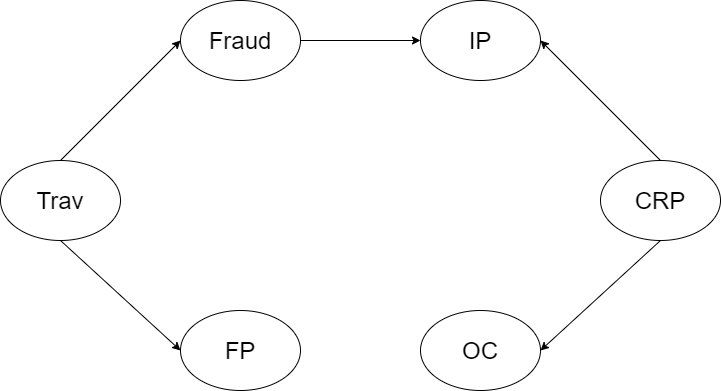
The draw.io diagram A3/A3Q2a.png in ZhaoboDing/CS486, before a commit. Source tidied: cells renumbered, new cells last; positions are measured from the earlier drawing's top-left corner, leaving out a move shared by most shapes. Source of this version:
```xml
<mxGraphModel background="#ffffff">
  <root>
    <mxCell id="0" />
    <mxCell id="1" parent="0" />
    <mxCell id="2" value="&lt;font style=&quot;font-size: 24px&quot;&gt;Trav&lt;/font&gt;" style="ellipse;whiteSpace=wrap;html=1;" parent="1" vertex="1">
      <mxGeometry y="160" width="120" height="80" as="geometry" />
    </mxCell>
    <mxCell id="3" value="&lt;font style=&quot;font-size: 24px&quot;&gt;Fraud&lt;/font&gt;" style="ellipse;whiteSpace=wrap;html=1;" parent="1" vertex="1">
      <mxGeometry x="180" width="120" height="80" as="geometry" />
    </mxCell>
    <mxCell id="4" value="&lt;font style=&quot;font-size: 24px&quot;&gt;FP&lt;/font&gt;" style="ellipse;whiteSpace=wrap;html=1;" parent="1" vertex="1">
      <mxGeometry x="180" y="310" width="120" height="80" as="geometry" />
    </mxCell>
    <mxCell id="5" value="&lt;font style=&quot;font-size: 24px&quot;&gt;IP&lt;/font&gt;" style="ellipse;whiteSpace=wrap;html=1;" parent="1" vertex="1">
      <mxGeometry x="420" width="120" height="80" as="geometry" />
    </mxCell>
    <mxCell id="6" value="&lt;font style=&quot;font-size: 24px&quot;&gt;OC&lt;/font&gt;" style="ellipse;whiteSpace=wrap;html=1;" parent="1" vertex="1">
      <mxGeometry x="420" y="310" width="120" height="80" as="geometry" />
    </mxCell>
    <mxCell id="7" value="&lt;font style=&quot;font-size: 24px&quot;&gt;CRP&lt;/font&gt;" style="ellipse;whiteSpace=wrap;html=1;" parent="1" vertex="1">
      <mxGeometry x="600" y="160" width="120" height="80" as="geometry" />
    </mxCell>
    <mxCell id="8" style="endArrow=classic;html=1;exitX=0.5;exitY=1;exitDx=0;exitDy=0;entryX=0;entryY=0.5;entryDx=0;entryDy=0;" parent="1" edge="1" source="2" target="4">
      <mxGeometry relative="1" as="geometry" />
    </mxCell>
    <mxCell id="9" style="endArrow=classic;html=1;exitX=0.5;exitY=0;exitDx=0;exitDy=0;entryX=0;entryY=0.5;entryDx=0;entryDy=0;" parent="1" edge="1" source="2" target="3">
      <mxGeometry relative="1" as="geometry" />
    </mxCell>
    <mxCell id="10" style="endArrow=classic;html=1;exitX=0.5;exitY=0;exitDx=0;exitDy=0;entryX=1;entryY=0.5;entryDx=0;entryDy=0;" parent="1" edge="1" source="7" target="5">
      <mxGeometry relative="1" as="geometry" />
    </mxCell>
    <mxCell id="11" style="endArrow=classic;html=1;exitX=0.5;exitY=1;exitDx=0;exitDy=0;entryX=1;entryY=0.5;entryDx=0;entryDy=0;" parent="1" edge="1" source="7" target="6">
      <mxGeometry relative="1" as="geometry" />
    </mxCell>
    <mxCell id="12" style="endArrow=classic;html=1;exitX=1;exitY=0.5;exitDx=0;exitDy=0;entryX=0;entryY=0.5;entryDx=0;entryDy=0;" parent="1" edge="1" source="3" target="5">
      <mxGeometry relative="1" as="geometry" />
    </mxCell>
  </root>
</mxGraphModel>
```
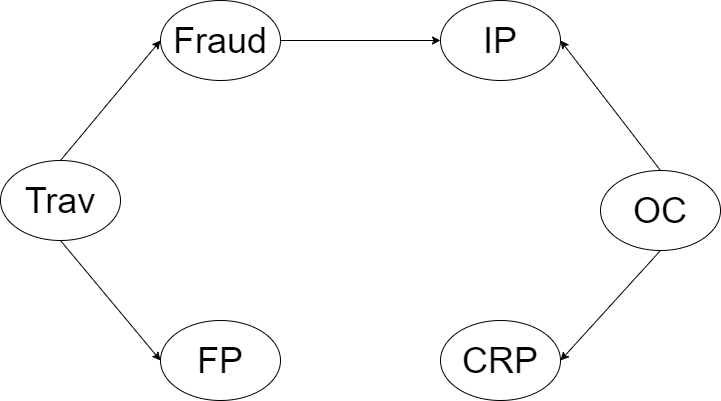
The same file after the commit.

The edit, as a diff of the source:
```diff
@@ -1,39 +1,39 @@
-<mxGraphModel background="#ffffff">
+<mxGraphModel>
   <root>
     <mxCell id="0" />
     <mxCell id="1" parent="0" />
-    <mxCell id="2" value="&lt;font style=&quot;font-size: 24px&quot;&gt;Trav&lt;/font&gt;" style="ellipse;whiteSpace=wrap;html=1;" parent="1" vertex="1">
-      <mxGeometry y="160" width="120" height="80" as="geometry" />
+    <mxCell id="2" value="&lt;font style=&quot;font-size: 36px&quot;&gt;Trav&lt;/font&gt;" style="ellipse;whiteSpace=wrap;html=1;" parent="1" vertex="1">
+      <mxGeometry x="-60" y="100" width="120" height="80" as="geometry" />
     </mxCell>
-    <mxCell id="3" value="&lt;font style=&quot;font-size: 24px&quot;&gt;Fraud&lt;/font&gt;" style="ellipse;whiteSpace=wrap;html=1;" parent="1" vertex="1">
-      <mxGeometry x="180" width="120" height="80" as="geometry" />
+    <mxCell id="3" value="&lt;span style=&quot;font-size: 36px&quot;&gt;Fraud&lt;/span&gt;" style="ellipse;whiteSpace=wrap;html=1;" parent="1" vertex="1">
+      <mxGeometry x="100" y="-60" width="120" height="80" as="geometry" />
     </mxCell>
-    <mxCell id="4" value="&lt;font style=&quot;font-size: 24px&quot;&gt;FP&lt;/font&gt;" style="ellipse;whiteSpace=wrap;html=1;" parent="1" vertex="1">
-      <mxGeometry x="180" y="310" width="120" height="80" as="geometry" />
+    <mxCell id="4" value="&lt;font style=&quot;font-size: 36px&quot;&gt;FP&lt;/font&gt;" style="ellipse;whiteSpace=wrap;html=1;" parent="1" vertex="1">
+      <mxGeometry x="100" y="260" width="120" height="80" as="geometry" />
     </mxCell>
-    <mxCell id="5" value="&lt;font style=&quot;font-size: 24px&quot;&gt;IP&lt;/font&gt;" style="ellipse;whiteSpace=wrap;html=1;" parent="1" vertex="1">
-      <mxGeometry x="420" width="120" height="80" as="geometry" />
+    <mxCell id="5" value="&lt;font style=&quot;font-size: 36px&quot;&gt;IP&lt;/font&gt;" style="ellipse;whiteSpace=wrap;html=1;" parent="1" vertex="1">
+      <mxGeometry x="380" y="-60" width="120" height="80" as="geometry" />
     </mxCell>
-    <mxCell id="6" value="&lt;font style=&quot;font-size: 24px&quot;&gt;OC&lt;/font&gt;" style="ellipse;whiteSpace=wrap;html=1;" parent="1" vertex="1">
-      <mxGeometry x="420" y="310" width="120" height="80" as="geometry" />
+    <mxCell id="6" value="&lt;font style=&quot;font-size: 36px&quot;&gt;OC&lt;/font&gt;" style="ellipse;whiteSpace=wrap;html=1;" parent="1" vertex="1">
+      <mxGeometry x="540" y="110" width="120" height="80" as="geometry" />
     </mxCell>
-    <mxCell id="7" value="&lt;font style=&quot;font-size: 24px&quot;&gt;CRP&lt;/font&gt;" style="ellipse;whiteSpace=wrap;html=1;" parent="1" vertex="1">
-      <mxGeometry x="600" y="160" width="120" height="80" as="geometry" />
+    <mxCell id="7" value="&lt;font style=&quot;font-size: 36px&quot;&gt;CRP&lt;/font&gt;" style="ellipse;whiteSpace=wrap;html=1;" parent="1" vertex="1">
+      <mxGeometry x="380" y="260" width="120" height="80" as="geometry" />
     </mxCell>
+    <mxCell id="9" style="endArrow=classic;html=1;exitX=0.5;exitY=0;exitDx=0;exitDy=0;entryX=0;entryY=0.5;entryDx=0;entryDy=0;" parent="1" edge="1" source="2" target="3">
+      <mxGeometry relative="1" as="geometry" />
+    </mxCell>
     <mxCell id="8" style="endArrow=classic;html=1;exitX=0.5;exitY=1;exitDx=0;exitDy=0;entryX=0;entryY=0.5;entryDx=0;entryDy=0;" parent="1" edge="1" source="2" target="4">
       <mxGeometry relative="1" as="geometry" />
     </mxCell>
-    <mxCell id="9" style="endArrow=classic;html=1;exitX=0.5;exitY=0;exitDx=0;exitDy=0;entryX=0;entryY=0.5;entryDx=0;entryDy=0;" parent="1" edge="1" source="2" target="3">
-      <mxGeometry relative="1" as="geometry" />
-    </mxCell>
-    <mxCell id="10" style="endArrow=classic;html=1;exitX=0.5;exitY=0;exitDx=0;exitDy=0;entryX=1;entryY=0.5;entryDx=0;entryDy=0;" parent="1" edge="1" source="7" target="5">
-      <mxGeometry relative="1" as="geometry" />
-    </mxCell>
-    <mxCell id="11" style="endArrow=classic;html=1;exitX=0.5;exitY=1;exitDx=0;exitDy=0;entryX=1;entryY=0.5;entryDx=0;entryDy=0;" parent="1" edge="1" source="7" target="6">
-      <mxGeometry relative="1" as="geometry" />
-    </mxCell>
     <mxCell id="12" style="endArrow=classic;html=1;exitX=1;exitY=0.5;exitDx=0;exitDy=0;entryX=0;entryY=0.5;entryDx=0;entryDy=0;" parent="1" edge="1" source="3" target="5">
       <mxGeometry relative="1" as="geometry" />
     </mxCell>
+    <mxCell id="13" style="endArrow=classic;html=1;exitX=0.5;exitY=0;exitDx=0;exitDy=0;entryX=1;entryY=0.5;entryDx=0;entryDy=0;" parent="1" edge="1" source="6" target="5">
+      <mxGeometry relative="1" as="geometry" />
+    </mxCell>
+    <mxCell id="14" style="endArrow=classic;html=1;exitX=0.5;exitY=1;exitDx=0;exitDy=0;entryX=1;entryY=0.5;entryDx=0;entryDy=0;" parent="1" edge="1" source="6" target="7">
+      <mxGeometry relative="1" as="geometry" />
+    </mxCell>
   </root>
 </mxGraphModel>
```
